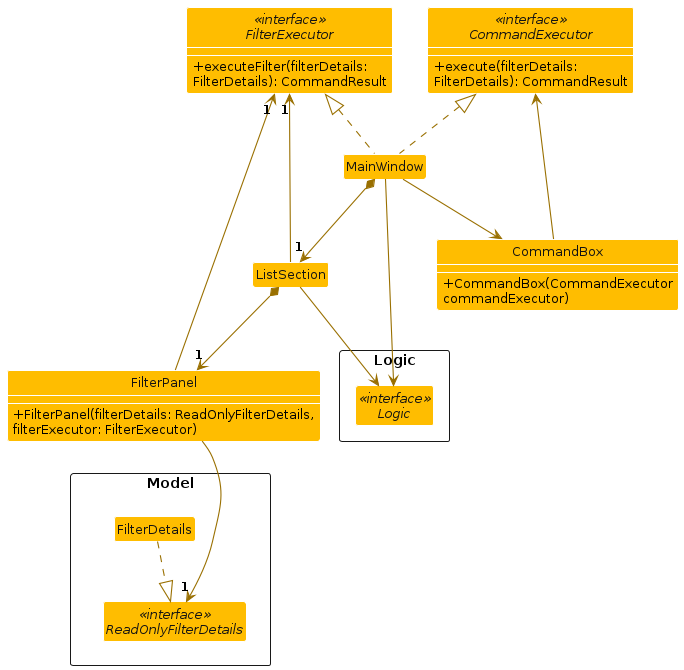
Above: diagrams/find/UiExecutor.png in AY2526S2-CS2103T-T15-1/tp (PlantUML), before the change. Its source is kept beside it as diagrams/find/UiExecutor.puml.
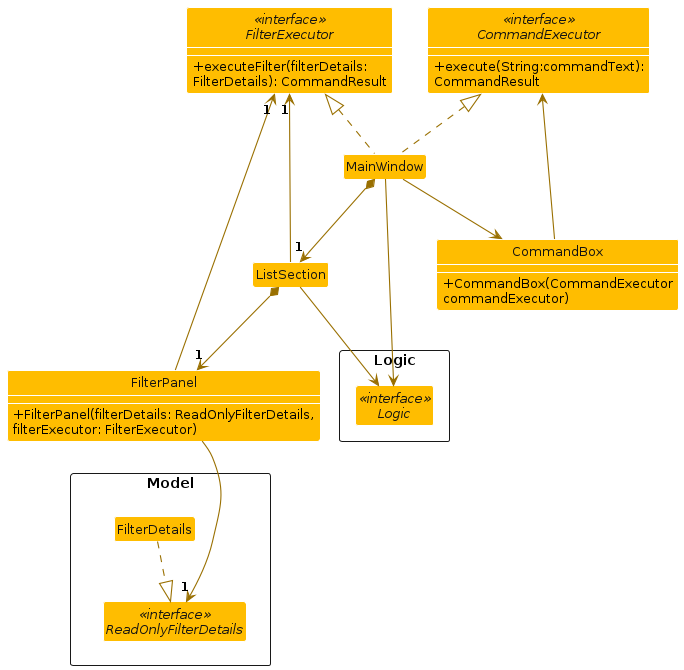
Above is the later version.

Diff of the diagram source:
```diff
@@ -31,7 +31,7 @@
     }
 
     interface "<<interface>>\nCommandExecutor" as CommandExecutor {
-        + execute(filterDetails:\nFilterDetails): CommandResult
+        + execute(String:commandText):\nCommandResult
     }
 
 
```
